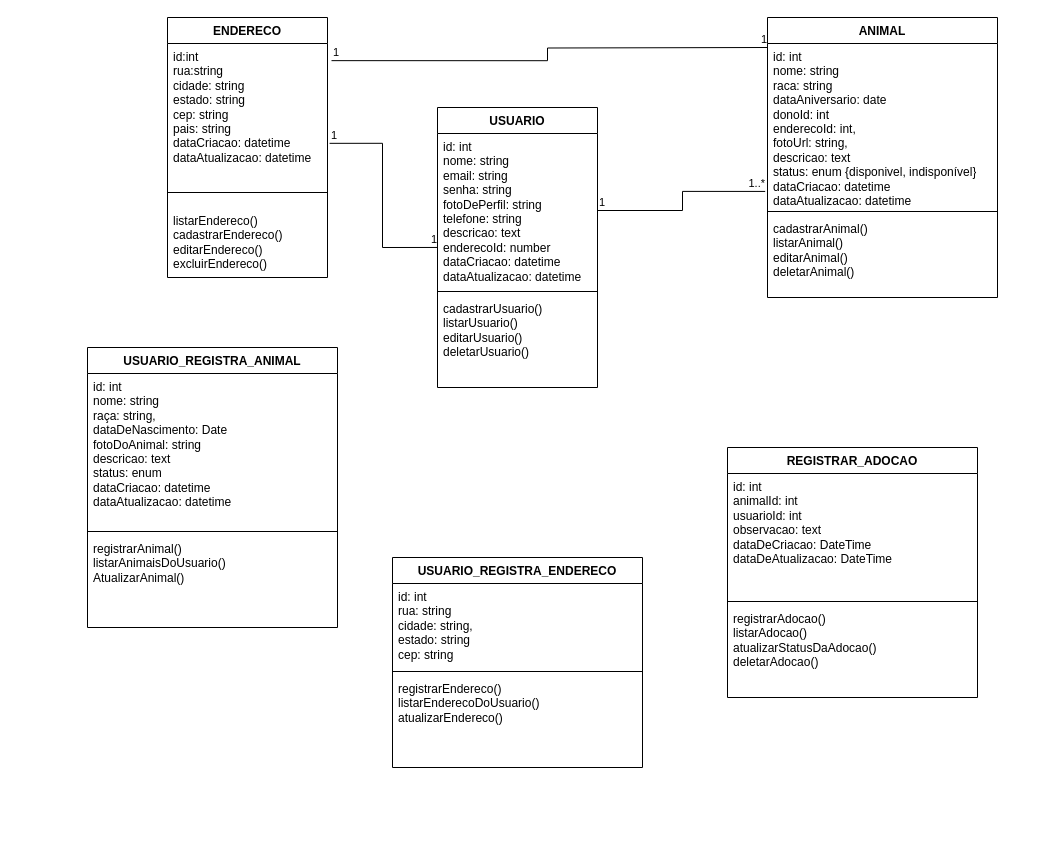
This is diagrama de classes.drawio from jpsilvaterra/petmatch, a draw.io file, before an edit. Source tidied: cells renumbered, new cells numbered last; positions are measured from the earlier drawing's top-left corner, leaving out a move shared by most shapes. Both pictures are drawn from the tidied source at 100%, with x=0, y=0 at pixel (87, 17).
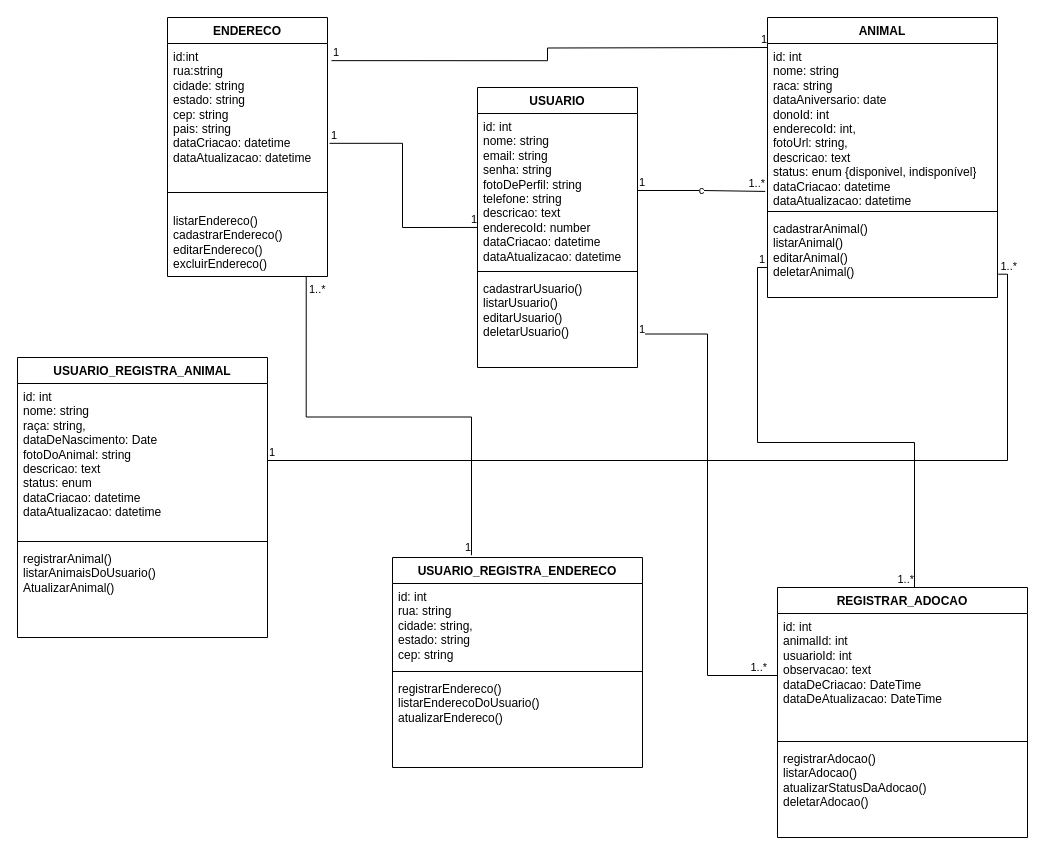
After the change.

Commit message:
atualização do diagrama de classes

Unchanged cells that the change refers to:
```xml
<mxCell id="7" value="id: int&lt;div&gt;nome: string&lt;/div&gt;&lt;div&gt;email: string&lt;/div&gt;&lt;div&gt;senha: string&lt;/div&gt;&lt;div&gt;fotoDePerfil: string&lt;/div&gt;&lt;div&gt;telefone: string&lt;/div&gt;&lt;div&gt;descricao: text&lt;/div&gt;&lt;div&gt;enderecoId: number&lt;/div&gt;&lt;div&gt;dataCriacao: datetime&lt;/div&gt;&lt;div&gt;dataAtualizacao: datetime&lt;/div&gt;" style="text;strokeColor=none;fillColor=none;align=left;verticalAlign=top;spacingLeft=4;spacingRight=4;overflow=hidden;points=[[0,0.5],[1,0.5]];portConstraint=eastwest;whiteSpace=wrap;html=1;" parent="6" vertex="1">
  <mxGeometry y="26" width="160" height="154" as="geometry" />
</mxCell>
<mxCell id="9" value="cadastrarUsuario()&lt;div&gt;listarUsuario()&lt;/div&gt;&lt;div&gt;editarUsuario()&lt;/div&gt;&lt;div&gt;deletarUsuario()&lt;/div&gt;" style="text;strokeColor=none;fillColor=none;align=left;verticalAlign=top;spacingLeft=4;spacingRight=4;overflow=hidden;points=[[0,0.5],[1,0.5]];portConstraint=eastwest;whiteSpace=wrap;html=1;" parent="6" vertex="1">
  <mxGeometry y="188" width="160" height="92" as="geometry" />
</mxCell>
<mxCell id="11" value="id: int&lt;div&gt;nome: string&lt;/div&gt;&lt;div&gt;raca: string&lt;/div&gt;&lt;div&gt;dataAniversario: date&lt;/div&gt;&lt;div&gt;donoId: int&lt;/div&gt;&lt;div&gt;enderecoId: int,&lt;/div&gt;&lt;div&gt;fotoUrl: string,&lt;/div&gt;&lt;div&gt;descricao: text&lt;/div&gt;&lt;div&gt;status: enum {disponivel, indisponível}&lt;/div&gt;&lt;div&gt;dataCriacao: datetime&lt;/div&gt;&lt;div&gt;dataAtualizacao: datetime&lt;/div&gt;" style="text;strokeColor=none;fillColor=none;align=left;verticalAlign=top;spacingLeft=4;spacingRight=4;overflow=hidden;points=[[0,0.5],[1,0.5]];portConstraint=eastwest;whiteSpace=wrap;html=1;" parent="10" vertex="1">
  <mxGeometry y="26" width="230" height="164" as="geometry" />
</mxCell>
<mxCell id="13" value="cadastrarAnimal()&lt;div&gt;listarAnimal()&lt;/div&gt;&lt;div&gt;editarAnimal()&lt;/div&gt;&lt;div&gt;deletarAnimal()&lt;/div&gt;" style="text;strokeColor=none;fillColor=none;align=left;verticalAlign=top;spacingLeft=4;spacingRight=4;overflow=hidden;points=[[0,0.5],[1,0.5]];portConstraint=eastwest;whiteSpace=wrap;html=1;" parent="10" vertex="1">
  <mxGeometry y="198" width="230" height="82" as="geometry" />
</mxCell>
<mxCell id="24" value="id: int&lt;div&gt;nome: string&lt;/div&gt;&lt;div&gt;raça: string,&lt;/div&gt;&lt;div&gt;dataDeNascimento: Date&lt;/div&gt;&lt;div&gt;&lt;span style=&quot;background-color: transparent;&quot;&gt;fotoDoAnimal: string&lt;/span&gt;&lt;/div&gt;&lt;div&gt;&lt;span style=&quot;background-color: transparent;&quot;&gt;descricao: text&lt;/span&gt;&lt;/div&gt;&lt;div&gt;&lt;span style=&quot;background-color: transparent;&quot;&gt;status: enum&lt;/span&gt;&lt;/div&gt;&lt;div&gt;&lt;span style=&quot;background-color: transparent;&quot;&gt;dataCriacao: datetime&lt;/span&gt;&lt;/div&gt;&lt;div&gt;dataAtualizacao: datetime&lt;/div&gt;" style="text;strokeColor=none;fillColor=none;align=left;verticalAlign=top;spacingLeft=4;spacingRight=4;overflow=hidden;points=[[0,0.5],[1,0.5]];portConstraint=eastwest;whiteSpace=wrap;html=1;" parent="23" vertex="1">
  <mxGeometry y="26" width="250" height="154" as="geometry" />
</mxCell>
<mxCell id="27" value="USUARIO_REGISTRA_ENDERECO" style="swimlane;fontStyle=1;align=center;verticalAlign=top;horizontal=1;startSize=26;whiteSpace=wrap;html=1;" parent="1" vertex="1">
  <mxGeometry x="305" y="540" width="250" height="210" as="geometry" />
</mxCell>
<mxCell id="32" value="id: int&lt;div&gt;animalId: int&lt;/div&gt;&lt;div&gt;usuarioId: int&lt;/div&gt;&lt;div&gt;observacao: text&lt;/div&gt;&lt;div&gt;dataDeCriacao: DateTime&lt;/div&gt;&lt;div&gt;dataDeAtualizacao: DateTime&lt;/div&gt;" style="text;strokeColor=none;fillColor=none;align=left;verticalAlign=top;spacingLeft=4;spacingRight=4;overflow=hidden;points=[[0,0.5],[1,0.5]];portConstraint=eastwest;whiteSpace=wrap;html=1;" parent="31" vertex="1">
  <mxGeometry y="26" width="250" height="124" as="geometry" />
</mxCell>
```

What changed in the source:
```diff
@@
     <mxCell id="2" value="ENDERECO" style="swimlane;fontStyle=1;align=center;verticalAlign=top;horizontal=1;startSize=26;whiteSpace=wrap;html=1;" parent="1" vertex="1">
-      <mxGeometry x="80" width="160" height="260" as="geometry" />
+      <mxGeometry x="80" width="160" height="259" as="geometry" />
     </mxCell>
@@
     <mxCell id="5" value="&lt;div&gt;listarEndereco()&lt;/div&gt;cadastrarEndereco()&lt;div&gt;editarEndereco()&lt;/div&gt;&lt;div&gt;excluirEndereco()&lt;/div&gt;" style="text;strokeColor=none;fillColor=none;align=left;verticalAlign=top;spacingLeft=4;spacingRight=4;overflow=hidden;points=[[0,0.5],[1,0.5]];portConstraint=eastwest;whiteSpace=wrap;html=1;" parent="2" vertex="1">
-      <mxGeometry y="190" width="160" height="70" as="geometry" />
+      <mxGeometry y="190" width="160" height="69" as="geometry" />
     </mxCell>
     <mxCell id="6" value="USUARIO" style="swimlane;fontStyle=1;align=center;verticalAlign=top;horizontal=1;startSize=26;whiteSpace=wrap;html=1;" parent="1" vertex="1">
-      <mxGeometry x="350" y="90" width="160" height="280" as="geometry" />
+      <mxGeometry x="390" y="70" width="160" height="280" as="geometry" />
     </mxCell>
@@
-    <mxCell id="14" style="endArrow=none;html=1;edgeStyle=orthogonalEdgeStyle;rounded=0;entryX=-0.01;entryY=0.902;entryDx=0;entryDy=0;entryPerimeter=0;" parent="1" edge="1" source="7" target="11">
+    <mxCell id="14" value="c" style="endArrow=none;html=1;edgeStyle=orthogonalEdgeStyle;rounded=0;entryX=-0.01;entryY=0.902;entryDx=0;entryDy=0;entryPerimeter=0;" parent="1" edge="1" source="7" target="11">
       <mxGeometry relative="1" as="geometry" />
     </mxCell>
@@
     <mxCell id="23" value="USUARIO_REGISTRA_ANIMAL" style="swimlane;fontStyle=1;align=center;verticalAlign=top;horizontal=1;startSize=26;whiteSpace=wrap;html=1;" parent="1" vertex="1">
-      <mxGeometry y="330" width="250" height="280" as="geometry" />
+      <mxGeometry x="-70" y="340" width="250" height="280" as="geometry" />
     </mxCell>
@@
     <mxCell id="31" value="REGISTRAR_ADOCAO" style="swimlane;fontStyle=1;align=center;verticalAlign=top;horizontal=1;startSize=26;whiteSpace=wrap;html=1;" parent="1" vertex="1">
-      <mxGeometry x="640" y="430" width="250" height="250" as="geometry" />
+      <mxGeometry x="690" y="570" width="250" height="250" as="geometry" />
     </mxCell>
@@
+    <mxCell id="35" style="endArrow=none;html=1;edgeStyle=orthogonalEdgeStyle;rounded=0;entryX=0.316;entryY=-0.011;entryDx=0;entryDy=0;entryPerimeter=0;exitX=0.867;exitY=1.005;exitDx=0;exitDy=0;exitPerimeter=0;" parent="1" edge="1" source="5" target="27">
+      <mxGeometry relative="1" as="geometry" />
+    </mxCell>
+    <mxCell id="36" value="&lt;div&gt;1..*&lt;/div&gt;" style="edgeLabel;html=1;align=left;verticalAlign=bottom;" parent="35" vertex="1">
+      <mxGeometry x="-1" relative="1" as="geometry">
+        <mxPoint x="1" y="21" as="offset" />
+      </mxGeometry>
+    </mxCell>
+    <mxCell id="37" value="1" style="edgeLabel;html=1;align=right;verticalAlign=bottom;" parent="35" vertex="1">
+      <mxGeometry x="1" relative="1" as="geometry" />
+    </mxCell>
+    <mxCell id="38" style="endArrow=none;html=1;edgeStyle=orthogonalEdgeStyle;rounded=0;exitX=1;exitY=0.5;exitDx=0;exitDy=0;entryX=1.003;entryY=0.716;entryDx=0;entryDy=0;entryPerimeter=0;" parent="1" edge="1" source="24" target="13">
+      <mxGeometry relative="1" as="geometry" />
+    </mxCell>
+    <mxCell id="39" value="1" style="edgeLabel;html=1;align=left;verticalAlign=bottom;" parent="38" vertex="1">
+      <mxGeometry x="-1" relative="1" as="geometry" />
+    </mxCell>
+    <mxCell id="40" value="1..*" style="edgeLabel;html=1;align=right;verticalAlign=bottom;" parent="38" vertex="1">
+      <mxGeometry x="1" relative="1" as="geometry">
+        <mxPoint x="20" as="offset" />
+      </mxGeometry>
+    </mxCell>
+    <mxCell id="41" style="endArrow=none;html=1;edgeStyle=orthogonalEdgeStyle;rounded=0;entryX=0.548;entryY=-0.002;entryDx=0;entryDy=0;entryPerimeter=0;exitX=0;exitY=0.634;exitDx=0;exitDy=0;exitPerimeter=0;" parent="1" edge="1" source="13" target="31">
+      <mxGeometry relative="1" as="geometry" />
+    </mxCell>
+    <mxCell id="42" value="1" style="edgeLabel;html=1;align=left;verticalAlign=bottom;" parent="41" vertex="1">
+      <mxGeometry x="-1" relative="1" as="geometry">
+        <mxPoint x="-10" as="offset" />
+      </mxGeometry>
+    </mxCell>
+    <mxCell id="43" value="1..*" style="edgeLabel;html=1;align=right;verticalAlign=bottom;" parent="41" vertex="1">
+      <mxGeometry x="1" relative="1" as="geometry" />
+    </mxCell>
+    <mxCell id="44" style="endArrow=none;html=1;edgeStyle=orthogonalEdgeStyle;rounded=0;entryX=0;entryY=0.5;entryDx=0;entryDy=0;exitX=1.021;exitY=0.636;exitDx=0;exitDy=0;exitPerimeter=0;" parent="1" edge="1" source="9" target="32">
+      <mxGeometry relative="1" as="geometry" />
+    </mxCell>
+    <mxCell id="45" value="1" style="edgeLabel;html=1;align=left;verticalAlign=bottom;" parent="44" vertex="1">
+      <mxGeometry x="-1" relative="1" as="geometry">
+        <mxPoint x="-3" y="3" as="offset" />
+      </mxGeometry>
+    </mxCell>
+    <mxCell id="46" value="1..*" style="edgeLabel;html=1;align=right;verticalAlign=bottom;" parent="44" vertex="1">
+      <mxGeometry x="1" relative="1" as="geometry">
+        <mxPoint x="-10" as="offset" />
+      </mxGeometry>
+    </mxCell>
```
